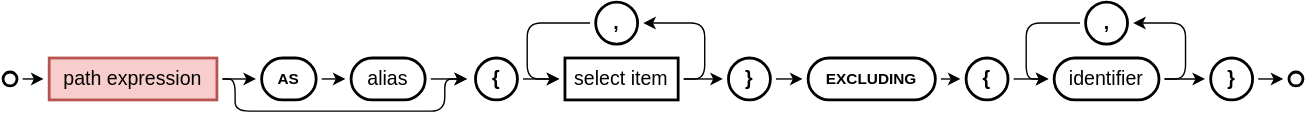
capire/docs keeps this draw.io diagram as cds/assets/cql/nested-expand.drawio.svg. Above is the earlier version. Source tidied: cells renumbered, new cells last; positions are measured from the earlier drawing's top-left corner, leaving out a move shared by most shapes. Its diagram source:
```xml
<mxGraphModel>
  <root>
    <mxCell id="0" />
    <mxCell id="1" parent="0" />
    <mxCell id="2" value="&lt;b&gt;{&lt;/b&gt;" style="rounded=1;whiteSpace=wrap;html=1;strokeWidth=2;arcSize=50;fontSize=14;perimeterSpacing=4;" parent="1" vertex="1">
      <mxGeometry x="338" y="40" width="30" height="30" as="geometry" />
    </mxCell>
    <mxCell id="3" style="endArrow=classic;html=1;rounded=1;strokeColor=default;align=center;verticalAlign=middle;fontFamily=Helvetica;fontSize=14;fontColor=default;labelBackgroundColor=default;jumpStyle=gap;jumpSize=6;exitX=1;exitY=0.5;exitDx=0;exitDy=0;entryX=0;entryY=0.5;entryDx=0;entryDy=0;" parent="1" edge="1" source="2" target="7">
      <mxGeometry relative="1" as="geometry" />
    </mxCell>
    <mxCell id="4" style="edgeStyle=elbowEdgeStyle;rounded=1;jettySize=auto;html=1;curved=0;arcSize=20;entryX=1;entryY=0.5;entryDx=0;entryDy=0;exitX=1;exitY=0.5;exitDx=0;exitDy=0;" parent="1" edge="1" source="7" target="8">
      <mxGeometry relative="1" as="geometry">
        <Array as="points">
          <mxPoint x="502" y="37" />
        </Array>
      </mxGeometry>
    </mxCell>
    <mxCell id="5" style="edgeStyle=elbowEdgeStyle;rounded=1;jettySize=auto;html=1;curved=0;arcSize=20;exitX=0;exitY=0.5;exitDx=0;exitDy=0;entryX=0;entryY=0.5;entryDx=0;entryDy=0;" parent="1" edge="1" source="8" target="7">
      <mxGeometry relative="1" as="geometry">
        <Array as="points">
          <mxPoint x="375" y="35" />
        </Array>
      </mxGeometry>
    </mxCell>
    <mxCell id="6" value="&lt;b&gt;}&lt;/b&gt;" style="rounded=1;whiteSpace=wrap;html=1;strokeWidth=2;arcSize=50;fontSize=14;perimeterSpacing=4;" parent="1" vertex="1">
      <mxGeometry x="519" y="40" width="30" height="30" as="geometry" />
    </mxCell>
    <mxCell id="7" value="select item" style="rounded=1;whiteSpace=wrap;html=1;strokeWidth=2;arcSize=0;fontSize=14;perimeterSpacing=4;" parent="1" vertex="1">
      <mxGeometry x="402" y="40" width="81" height="30" as="geometry" />
    </mxCell>
    <mxCell id="8" value="&lt;b&gt;,&lt;/b&gt;" style="rounded=1;whiteSpace=wrap;html=1;strokeWidth=2;arcSize=50;fontSize=14;perimeterSpacing=4;" parent="1" vertex="1">
      <mxGeometry x="424" width="30" height="30" as="geometry" />
    </mxCell>
    <mxCell id="9" style="endArrow=classic;html=1;rounded=1;strokeColor=default;align=center;verticalAlign=middle;fontFamily=Helvetica;fontSize=14;fontColor=default;labelBackgroundColor=default;jumpStyle=gap;jumpSize=6;exitX=1;exitY=0.5;exitDx=0;exitDy=0;entryX=0;entryY=0.5;entryDx=0;entryDy=0;" parent="1" edge="1" source="7" target="6">
      <mxGeometry relative="1" as="geometry" />
    </mxCell>
    <mxCell id="10" value="EXCLUDING" style="rounded=1;whiteSpace=wrap;html=1;strokeWidth=2;arcSize=50;fontSize=11;perimeterSpacing=4;fontStyle=1;" parent="1" vertex="1">
      <mxGeometry x="576" y="40" width="91" height="30" as="geometry" />
    </mxCell>
    <mxCell id="11" value="&lt;b&gt;}&lt;/b&gt;" style="rounded=1;whiteSpace=wrap;html=1;strokeWidth=2;arcSize=50;fontSize=14;perimeterSpacing=4;" parent="1" vertex="1">
      <mxGeometry x="864" y="40" width="30" height="30" as="geometry" />
    </mxCell>
    <mxCell id="12" value="&lt;b&gt;{&lt;/b&gt;" style="rounded=1;whiteSpace=wrap;html=1;strokeWidth=2;arcSize=50;fontSize=14;perimeterSpacing=4;" parent="1" vertex="1">
      <mxGeometry x="689" y="40" width="30" height="30" as="geometry" />
    </mxCell>
    <mxCell id="13" value="identifier" style="rounded=1;whiteSpace=wrap;html=1;strokeWidth=2;arcSize=50;fontSize=14;perimeterSpacing=4;" parent="1" vertex="1">
      <mxGeometry x="752" y="40" width="75" height="30" as="geometry" />
    </mxCell>
    <mxCell id="14" value="&lt;b&gt;,&lt;/b&gt;" style="rounded=1;whiteSpace=wrap;html=1;strokeWidth=2;arcSize=50;fontSize=14;perimeterSpacing=4;" parent="1" vertex="1">
      <mxGeometry x="774.5" width="30" height="30" as="geometry" />
    </mxCell>
    <mxCell id="15" style="edgeStyle=elbowEdgeStyle;rounded=1;jettySize=auto;html=1;curved=0;arcSize=20;entryX=1;entryY=0.5;entryDx=0;entryDy=0;exitX=1;exitY=0.5;exitDx=0;exitDy=0;" parent="1" edge="1" source="13" target="14">
      <mxGeometry relative="1" as="geometry">
        <Array as="points">
          <mxPoint x="846" y="35" />
        </Array>
      </mxGeometry>
    </mxCell>
    <mxCell id="16" style="edgeStyle=elbowEdgeStyle;rounded=1;jettySize=auto;html=1;curved=0;arcSize=20;exitX=0;exitY=0.5;exitDx=0;exitDy=0;entryX=0;entryY=0.5;entryDx=0;entryDy=0;" parent="1" edge="1" source="14" target="13">
      <mxGeometry relative="1" as="geometry">
        <Array as="points">
          <mxPoint x="732" y="35" />
        </Array>
      </mxGeometry>
    </mxCell>
    <mxCell id="17" style="endArrow=classic;html=1;rounded=1;strokeColor=default;align=center;verticalAlign=middle;fontFamily=Helvetica;fontSize=14;fontColor=default;labelBackgroundColor=default;jumpStyle=gap;jumpSize=6;exitX=1;exitY=0.5;exitDx=0;exitDy=0;entryX=0;entryY=0.5;entryDx=0;entryDy=0;" parent="1" edge="1" source="6" target="10">
      <mxGeometry relative="1" as="geometry" />
    </mxCell>
    <mxCell id="18" style="endArrow=classic;html=1;rounded=1;strokeColor=default;align=center;verticalAlign=middle;fontFamily=Helvetica;fontSize=14;fontColor=default;labelBackgroundColor=default;jumpStyle=gap;jumpSize=6;exitX=1;exitY=0.5;exitDx=0;exitDy=0;entryX=0;entryY=0.5;entryDx=0;entryDy=0;" parent="1" edge="1" source="10" target="12">
      <mxGeometry relative="1" as="geometry" />
    </mxCell>
    <mxCell id="19" style="endArrow=classic;html=1;rounded=1;strokeColor=default;align=center;verticalAlign=middle;fontFamily=Helvetica;fontSize=14;fontColor=default;labelBackgroundColor=default;jumpStyle=gap;jumpSize=6;exitX=1;exitY=0.5;exitDx=0;exitDy=0;entryX=0;entryY=0.5;entryDx=0;entryDy=0;" parent="1" edge="1" source="12" target="13">
      <mxGeometry relative="1" as="geometry" />
    </mxCell>
    <mxCell id="20" style="endArrow=classic;html=1;rounded=1;strokeColor=default;align=center;verticalAlign=middle;fontFamily=Helvetica;fontSize=14;fontColor=default;labelBackgroundColor=default;jumpStyle=gap;jumpSize=6;exitX=1;exitY=0.5;exitDx=0;exitDy=0;entryX=0;entryY=0.5;entryDx=0;entryDy=0;" parent="1" edge="1" source="13" target="11">
      <mxGeometry relative="1" as="geometry" />
    </mxCell>
    <mxCell id="21" style="ellipse;whiteSpace=wrap;html=1;rounded=1;strokeColor=default;strokeWidth=2;align=center;verticalAlign=middle;fontFamily=Helvetica;fontSize=11;fontColor=default;labelBackgroundColor=default;fillColor=default;perimeterSpacing=4;" parent="1" vertex="1">
      <mxGeometry y="50" width="10" height="10" as="geometry" />
    </mxCell>
    <mxCell id="22" style="ellipse;whiteSpace=wrap;html=1;rounded=1;strokeColor=default;strokeWidth=2;align=center;verticalAlign=middle;fontFamily=Helvetica;fontSize=11;fontColor=default;labelBackgroundColor=default;fillColor=default;perimeterSpacing=4;" parent="1" vertex="1">
      <mxGeometry x="920" y="50" width="10" height="10" as="geometry" />
    </mxCell>
    <mxCell id="23" style="endArrow=classic;html=1;rounded=1;strokeColor=default;align=center;verticalAlign=middle;fontFamily=Helvetica;fontSize=14;fontColor=default;labelBackgroundColor=default;jumpStyle=gap;jumpSize=6;exitX=1;exitY=0.5;exitDx=0;exitDy=0;entryX=0;entryY=0.5;entryDx=0;entryDy=0;" parent="1" edge="1" source="11" target="22">
      <mxGeometry relative="1" as="geometry" />
    </mxCell>
    <mxCell id="24" value="path expression" style="rounded=1;whiteSpace=wrap;html=1;strokeWidth=2;arcSize=0;fontSize=14;perimeterSpacing=4;fillColor=#f8cecc;strokeColor=#b85450;" parent="1" vertex="1">
      <mxGeometry x="33" y="40" width="120" height="30" as="geometry" />
    </mxCell>
    <mxCell id="25" style="endArrow=classic;html=1;rounded=1;strokeColor=default;align=center;verticalAlign=middle;fontFamily=Helvetica;fontSize=14;fontColor=default;labelBackgroundColor=default;edgeStyle=elbowEdgeStyle;curved=0;jumpStyle=gap;jumpSize=6;exitX=1;exitY=0.5;exitDx=0;exitDy=0;entryX=0;entryY=0.5;entryDx=0;entryDy=0;" parent="1" edge="1" source="26" target="27">
      <mxGeometry relative="1" as="geometry" />
    </mxCell>
    <mxCell id="26" value="AS" style="rounded=1;whiteSpace=wrap;html=1;strokeWidth=2;arcSize=50;fontSize=11;perimeterSpacing=4;fontStyle=1;" parent="1" vertex="1">
      <mxGeometry x="185" y="40" width="39" height="30" as="geometry" />
    </mxCell>
    <mxCell id="27" value="alias" style="rounded=1;whiteSpace=wrap;html=1;strokeWidth=2;arcSize=50;fontSize=14;perimeterSpacing=4;" parent="1" vertex="1">
      <mxGeometry x="249" y="40" width="53" height="30" as="geometry" />
    </mxCell>
    <mxCell id="28" style="endArrow=classic;html=1;rounded=1;strokeColor=default;align=center;verticalAlign=middle;fontFamily=Helvetica;fontSize=14;fontColor=default;labelBackgroundColor=default;edgeStyle=elbowEdgeStyle;curved=0;jumpStyle=gap;jumpSize=6;exitX=1;exitY=0.5;exitDx=0;exitDy=0;entryX=0;entryY=0.5;entryDx=0;entryDy=0;" parent="1" edge="1" source="24" target="26">
      <mxGeometry relative="1" as="geometry">
        <Array as="points">
          <mxPoint x="167" y="40" />
        </Array>
      </mxGeometry>
    </mxCell>
    <mxCell id="29" style="endArrow=classic;html=1;rounded=1;strokeColor=default;align=center;verticalAlign=middle;fontFamily=Helvetica;fontSize=14;fontColor=default;labelBackgroundColor=default;edgeStyle=elbowEdgeStyle;curved=0;jumpStyle=gap;jumpSize=6;exitX=1;exitY=0.5;exitDx=0;exitDy=0;entryX=0;entryY=0.5;entryDx=0;entryDy=0;" parent="1" edge="1" source="27">
      <mxGeometry relative="1" as="geometry">
        <mxPoint x="332" y="55" as="targetPoint" />
        <Array as="points">
          <mxPoint x="316" y="40" />
        </Array>
      </mxGeometry>
    </mxCell>
    <mxCell id="30" style="endArrow=classic;html=1;rounded=1;strokeColor=default;align=center;verticalAlign=middle;fontFamily=Helvetica;fontSize=14;fontColor=default;labelBackgroundColor=default;jumpStyle=gap;jumpSize=6;exitX=1;exitY=0.5;exitDx=0;exitDy=0;entryX=0;entryY=0.5;entryDx=0;entryDy=0;edgeStyle=orthogonalEdgeStyle;" parent="1" edge="1" source="24">
      <mxGeometry relative="1" as="geometry">
        <mxPoint x="332" y="55" as="targetPoint" />
        <Array as="points">
          <mxPoint x="166" y="55" />
          <mxPoint x="166" y="78" />
          <mxPoint x="316" y="78" />
          <mxPoint x="316" y="55" />
        </Array>
      </mxGeometry>
    </mxCell>
    <mxCell id="31" style="endArrow=classic;html=1;rounded=1;strokeColor=default;align=center;verticalAlign=middle;fontFamily=Helvetica;fontSize=14;fontColor=default;labelBackgroundColor=default;jumpStyle=gap;jumpSize=6;exitX=1;exitY=0.5;exitDx=0;exitDy=0;entryX=0;entryY=0.5;entryDx=0;entryDy=0;" parent="1" edge="1" source="21" target="24">
      <mxGeometry relative="1" as="geometry" />
    </mxCell>
  </root>
</mxGraphModel>
```
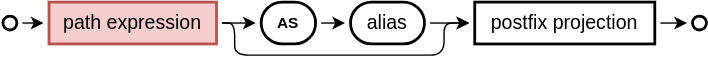
After the commit.

What changed in the source:
```diff
@@ -2,88 +2,15 @@
   <root>
     <mxCell id="0" />
     <mxCell id="1" parent="0" />
-    <mxCell id="2" value="&lt;b&gt;{&lt;/b&gt;" style="rounded=1;whiteSpace=wrap;html=1;strokeWidth=2;arcSize=50;fontSize=14;perimeterSpacing=4;" parent="1" vertex="1">
-      <mxGeometry x="338" y="40" width="30" height="30" as="geometry" />
-    </mxCell>
-    <mxCell id="3" style="endArrow=classic;html=1;rounded=1;strokeColor=default;align=center;verticalAlign=middle;fontFamily=Helvetica;fontSize=14;fontColor=default;labelBackgroundColor=default;jumpStyle=gap;jumpSize=6;exitX=1;exitY=0.5;exitDx=0;exitDy=0;entryX=0;entryY=0.5;entryDx=0;entryDy=0;" parent="1" edge="1" source="2" target="7">
-      <mxGeometry relative="1" as="geometry" />
-    </mxCell>
-    <mxCell id="4" style="edgeStyle=elbowEdgeStyle;rounded=1;jettySize=auto;html=1;curved=0;arcSize=20;entryX=1;entryY=0.5;entryDx=0;entryDy=0;exitX=1;exitY=0.5;exitDx=0;exitDy=0;" parent="1" edge="1" source="7" target="8">
-      <mxGeometry relative="1" as="geometry">
-        <Array as="points">
-          <mxPoint x="502" y="37" />
-        </Array>
-      </mxGeometry>
-    </mxCell>
-    <mxCell id="5" style="edgeStyle=elbowEdgeStyle;rounded=1;jettySize=auto;html=1;curved=0;arcSize=20;exitX=0;exitY=0.5;exitDx=0;exitDy=0;entryX=0;entryY=0.5;entryDx=0;entryDy=0;" parent="1" edge="1" source="8" target="7">
-      <mxGeometry relative="1" as="geometry">
-        <Array as="points">
-          <mxPoint x="375" y="35" />
-        </Array>
-      </mxGeometry>
-    </mxCell>
-    <mxCell id="6" value="&lt;b&gt;}&lt;/b&gt;" style="rounded=1;whiteSpace=wrap;html=1;strokeWidth=2;arcSize=50;fontSize=14;perimeterSpacing=4;" parent="1" vertex="1">
-      <mxGeometry x="519" y="40" width="30" height="30" as="geometry" />
-    </mxCell>
-    <mxCell id="7" value="select item" style="rounded=1;whiteSpace=wrap;html=1;strokeWidth=2;arcSize=0;fontSize=14;perimeterSpacing=4;" parent="1" vertex="1">
-      <mxGeometry x="402" y="40" width="81" height="30" as="geometry" />
-    </mxCell>
-    <mxCell id="8" value="&lt;b&gt;,&lt;/b&gt;" style="rounded=1;whiteSpace=wrap;html=1;strokeWidth=2;arcSize=50;fontSize=14;perimeterSpacing=4;" parent="1" vertex="1">
-      <mxGeometry x="424" width="30" height="30" as="geometry" />
-    </mxCell>
-    <mxCell id="9" style="endArrow=classic;html=1;rounded=1;strokeColor=default;align=center;verticalAlign=middle;fontFamily=Helvetica;fontSize=14;fontColor=default;labelBackgroundColor=default;jumpStyle=gap;jumpSize=6;exitX=1;exitY=0.5;exitDx=0;exitDy=0;entryX=0;entryY=0.5;entryDx=0;entryDy=0;" parent="1" edge="1" source="7" target="6">
-      <mxGeometry relative="1" as="geometry" />
-    </mxCell>
-    <mxCell id="10" value="EXCLUDING" style="rounded=1;whiteSpace=wrap;html=1;strokeWidth=2;arcSize=50;fontSize=11;perimeterSpacing=4;fontStyle=1;" parent="1" vertex="1">
-      <mxGeometry x="576" y="40" width="91" height="30" as="geometry" />
-    </mxCell>
-    <mxCell id="11" value="&lt;b&gt;}&lt;/b&gt;" style="rounded=1;whiteSpace=wrap;html=1;strokeWidth=2;arcSize=50;fontSize=14;perimeterSpacing=4;" parent="1" vertex="1">
-      <mxGeometry x="864" y="40" width="30" height="30" as="geometry" />
-    </mxCell>
-    <mxCell id="12" value="&lt;b&gt;{&lt;/b&gt;" style="rounded=1;whiteSpace=wrap;html=1;strokeWidth=2;arcSize=50;fontSize=14;perimeterSpacing=4;" parent="1" vertex="1">
-      <mxGeometry x="689" y="40" width="30" height="30" as="geometry" />
-    </mxCell>
-    <mxCell id="13" value="identifier" style="rounded=1;whiteSpace=wrap;html=1;strokeWidth=2;arcSize=50;fontSize=14;perimeterSpacing=4;" parent="1" vertex="1">
-      <mxGeometry x="752" y="40" width="75" height="30" as="geometry" />
-    </mxCell>
-    <mxCell id="14" value="&lt;b&gt;,&lt;/b&gt;" style="rounded=1;whiteSpace=wrap;html=1;strokeWidth=2;arcSize=50;fontSize=14;perimeterSpacing=4;" parent="1" vertex="1">
-      <mxGeometry x="774.5" width="30" height="30" as="geometry" />
-    </mxCell>
-    <mxCell id="15" style="edgeStyle=elbowEdgeStyle;rounded=1;jettySize=auto;html=1;curved=0;arcSize=20;entryX=1;entryY=0.5;entryDx=0;entryDy=0;exitX=1;exitY=0.5;exitDx=0;exitDy=0;" parent="1" edge="1" source="13" target="14">
-      <mxGeometry relative="1" as="geometry">
-        <Array as="points">
-          <mxPoint x="846" y="35" />
-        </Array>
-      </mxGeometry>
-    </mxCell>
-    <mxCell id="16" style="edgeStyle=elbowEdgeStyle;rounded=1;jettySize=auto;html=1;curved=0;arcSize=20;exitX=0;exitY=0.5;exitDx=0;exitDy=0;entryX=0;entryY=0.5;entryDx=0;entryDy=0;" parent="1" edge="1" source="14" target="13">
-      <mxGeometry relative="1" as="geometry">
-        <Array as="points">
-          <mxPoint x="732" y="35" />
-        </Array>
-      </mxGeometry>
-    </mxCell>
-    <mxCell id="17" style="endArrow=classic;html=1;rounded=1;strokeColor=default;align=center;verticalAlign=middle;fontFamily=Helvetica;fontSize=14;fontColor=default;labelBackgroundColor=default;jumpStyle=gap;jumpSize=6;exitX=1;exitY=0.5;exitDx=0;exitDy=0;entryX=0;entryY=0.5;entryDx=0;entryDy=0;" parent="1" edge="1" source="6" target="10">
-      <mxGeometry relative="1" as="geometry" />
-    </mxCell>
-    <mxCell id="18" style="endArrow=classic;html=1;rounded=1;strokeColor=default;align=center;verticalAlign=middle;fontFamily=Helvetica;fontSize=14;fontColor=default;labelBackgroundColor=default;jumpStyle=gap;jumpSize=6;exitX=1;exitY=0.5;exitDx=0;exitDy=0;entryX=0;entryY=0.5;entryDx=0;entryDy=0;" parent="1" edge="1" source="10" target="12">
-      <mxGeometry relative="1" as="geometry" />
-    </mxCell>
-    <mxCell id="19" style="endArrow=classic;html=1;rounded=1;strokeColor=default;align=center;verticalAlign=middle;fontFamily=Helvetica;fontSize=14;fontColor=default;labelBackgroundColor=default;jumpStyle=gap;jumpSize=6;exitX=1;exitY=0.5;exitDx=0;exitDy=0;entryX=0;entryY=0.5;entryDx=0;entryDy=0;" parent="1" edge="1" source="12" target="13">
-      <mxGeometry relative="1" as="geometry" />
-    </mxCell>
-    <mxCell id="20" style="endArrow=classic;html=1;rounded=1;strokeColor=default;align=center;verticalAlign=middle;fontFamily=Helvetica;fontSize=14;fontColor=default;labelBackgroundColor=default;jumpStyle=gap;jumpSize=6;exitX=1;exitY=0.5;exitDx=0;exitDy=0;entryX=0;entryY=0.5;entryDx=0;entryDy=0;" parent="1" edge="1" source="13" target="11">
-      <mxGeometry relative="1" as="geometry" />
-    </mxCell>
-    <mxCell id="21" style="ellipse;whiteSpace=wrap;html=1;rounded=1;strokeColor=default;strokeWidth=2;align=center;verticalAlign=middle;fontFamily=Helvetica;fontSize=11;fontColor=default;labelBackgroundColor=default;fillColor=default;perimeterSpacing=4;" parent="1" vertex="1">
-      <mxGeometry y="50" width="10" height="10" as="geometry" />
-    </mxCell>
-    <mxCell id="22" style="ellipse;whiteSpace=wrap;html=1;rounded=1;strokeColor=default;strokeWidth=2;align=center;verticalAlign=middle;fontFamily=Helvetica;fontSize=11;fontColor=default;labelBackgroundColor=default;fillColor=default;perimeterSpacing=4;" parent="1" vertex="1">
-      <mxGeometry x="920" y="50" width="10" height="10" as="geometry" />
-    </mxCell>
-    <mxCell id="23" style="endArrow=classic;html=1;rounded=1;strokeColor=default;align=center;verticalAlign=middle;fontFamily=Helvetica;fontSize=14;fontColor=default;labelBackgroundColor=default;jumpStyle=gap;jumpSize=6;exitX=1;exitY=0.5;exitDx=0;exitDy=0;entryX=0;entryY=0.5;entryDx=0;entryDy=0;" parent="1" edge="1" source="11" target="22">
-      <mxGeometry relative="1" as="geometry" />
-    </mxCell>
+    <mxCell id="32" value="postfix projection" style="rounded=1;whiteSpace=wrap;html=1;strokeWidth=2;arcSize=0;fontSize=14;perimeterSpacing=4;" parent="1" vertex="1">
+      <mxGeometry x="338" y="40" width="129" height="30" as="geometry" />
+    </mxCell>
+    <mxCell id="33" style="ellipse;whiteSpace=wrap;html=1;rounded=1;strokeColor=default;strokeWidth=2;align=center;verticalAlign=middle;fontFamily=Helvetica;fontSize=11;fontColor=default;labelBackgroundColor=default;fillColor=default;perimeterSpacing=4;" parent="1" vertex="1">
+      <mxGeometry y="50" width="10" height="10" as="geometry" />
+    </mxCell>
+    <mxCell id="34" style="ellipse;whiteSpace=wrap;html=1;rounded=1;strokeColor=default;strokeWidth=2;align=center;verticalAlign=middle;fontFamily=Helvetica;fontSize=11;fontColor=default;labelBackgroundColor=default;fillColor=default;perimeterSpacing=4;" parent="1" vertex="1">
+      <mxGeometry x="494" y="50" width="10" height="10" as="geometry" />
+    </mxCell>
     <mxCell id="24" value="path expression" style="rounded=1;whiteSpace=wrap;html=1;strokeWidth=2;arcSize=0;fontSize=14;perimeterSpacing=4;fillColor=#f8cecc;strokeColor=#b85450;" parent="1" vertex="1">
       <mxGeometry x="33" y="40" width="120" height="30" as="geometry" />
     </mxCell>
@@ -103,27 +30,32 @@
         </Array>
       </mxGeometry>
     </mxCell>
-    <mxCell id="29" style="endArrow=classic;html=1;rounded=1;strokeColor=default;align=center;verticalAlign=middle;fontFamily=Helvetica;fontSize=14;fontColor=default;labelBackgroundColor=default;edgeStyle=elbowEdgeStyle;curved=0;jumpStyle=gap;jumpSize=6;exitX=1;exitY=0.5;exitDx=0;exitDy=0;entryX=0;entryY=0.5;entryDx=0;entryDy=0;" parent="1" edge="1" source="27">
-      <mxGeometry relative="1" as="geometry">
-        <mxPoint x="332" y="55" as="targetPoint" />
-        <Array as="points">
-          <mxPoint x="316" y="40" />
-        </Array>
-      </mxGeometry>
-    </mxCell>
-    <mxCell id="30" style="endArrow=classic;html=1;rounded=1;strokeColor=default;align=center;verticalAlign=middle;fontFamily=Helvetica;fontSize=14;fontColor=default;labelBackgroundColor=default;jumpStyle=gap;jumpSize=6;exitX=1;exitY=0.5;exitDx=0;exitDy=0;entryX=0;entryY=0.5;entryDx=0;entryDy=0;edgeStyle=orthogonalEdgeStyle;" parent="1" edge="1" source="24">
-      <mxGeometry relative="1" as="geometry">
-        <mxPoint x="332" y="55" as="targetPoint" />
-        <Array as="points">
-          <mxPoint x="166" y="55" />
-          <mxPoint x="166" y="78" />
-          <mxPoint x="316" y="78" />
-          <mxPoint x="316" y="55" />
-        </Array>
-      </mxGeometry>
-    </mxCell>
-    <mxCell id="31" style="endArrow=classic;html=1;rounded=1;strokeColor=default;align=center;verticalAlign=middle;fontFamily=Helvetica;fontSize=14;fontColor=default;labelBackgroundColor=default;jumpStyle=gap;jumpSize=6;exitX=1;exitY=0.5;exitDx=0;exitDy=0;entryX=0;entryY=0.5;entryDx=0;entryDy=0;" parent="1" edge="1" source="21" target="24">
-      <mxGeometry relative="1" as="geometry" />
-    </mxCell>
+    <mxCell id="35" style="endArrow=classic;html=1;rounded=1;strokeColor=default;align=center;verticalAlign=middle;fontFamily=Helvetica;fontSize=14;fontColor=default;labelBackgroundColor=default;edgeStyle=elbowEdgeStyle;curved=0;jumpStyle=gap;jumpSize=6;exitX=1;exitY=0.5;exitDx=0;exitDy=0;entryX=0;entryY=0.5;entryDx=0;entryDy=0;" parent="1" edge="1" source="27" target="32">
+      <mxGeometry relative="1" as="geometry">
+        <Array as="points">
+          <mxPoint x="316" y="40" />
+        </Array>
+      </mxGeometry>
+    </mxCell>
+    <mxCell id="36" style="endArrow=classic;html=1;rounded=1;strokeColor=default;align=center;verticalAlign=middle;fontFamily=Helvetica;fontSize=14;fontColor=default;labelBackgroundColor=default;jumpStyle=gap;jumpSize=6;exitX=1;exitY=0.5;exitDx=0;exitDy=0;entryX=0;entryY=0.5;entryDx=0;entryDy=0;edgeStyle=orthogonalEdgeStyle;" parent="1" edge="1" source="24" target="32">
+      <mxGeometry relative="1" as="geometry">
+        <Array as="points">
+          <mxPoint x="166" y="55" />
+          <mxPoint x="166" y="78" />
+          <mxPoint x="316" y="78" />
+          <mxPoint x="316" y="55" />
+        </Array>
+      </mxGeometry>
+    </mxCell>
+    <mxCell id="37" style="endArrow=classic;html=1;rounded=1;strokeColor=default;align=center;verticalAlign=middle;fontFamily=Helvetica;fontSize=14;fontColor=default;labelBackgroundColor=default;jumpStyle=gap;jumpSize=6;exitX=1;exitY=0.5;exitDx=0;exitDy=0;entryX=0;entryY=0.5;entryDx=0;entryDy=0;" parent="1" edge="1" source="33" target="24">
+      <mxGeometry relative="1" as="geometry" />
+    </mxCell>
+    <mxCell id="38" style="endArrow=classic;html=1;rounded=1;strokeColor=default;align=center;verticalAlign=middle;fontFamily=Helvetica;fontSize=14;fontColor=default;labelBackgroundColor=default;edgeStyle=elbowEdgeStyle;curved=0;jumpStyle=gap;jumpSize=6;entryX=0;entryY=0.5;entryDx=0;entryDy=0;exitX=1;exitY=0.5;exitDx=0;exitDy=0;" parent="1" edge="1" source="32" target="34">
+      <mxGeometry relative="1" as="geometry">
+        <Array as="points">
+          <mxPoint x="483" y="44" />
+        </Array>
+      </mxGeometry>
+    </mxCell>
   </root>
 </mxGraphModel>
```
